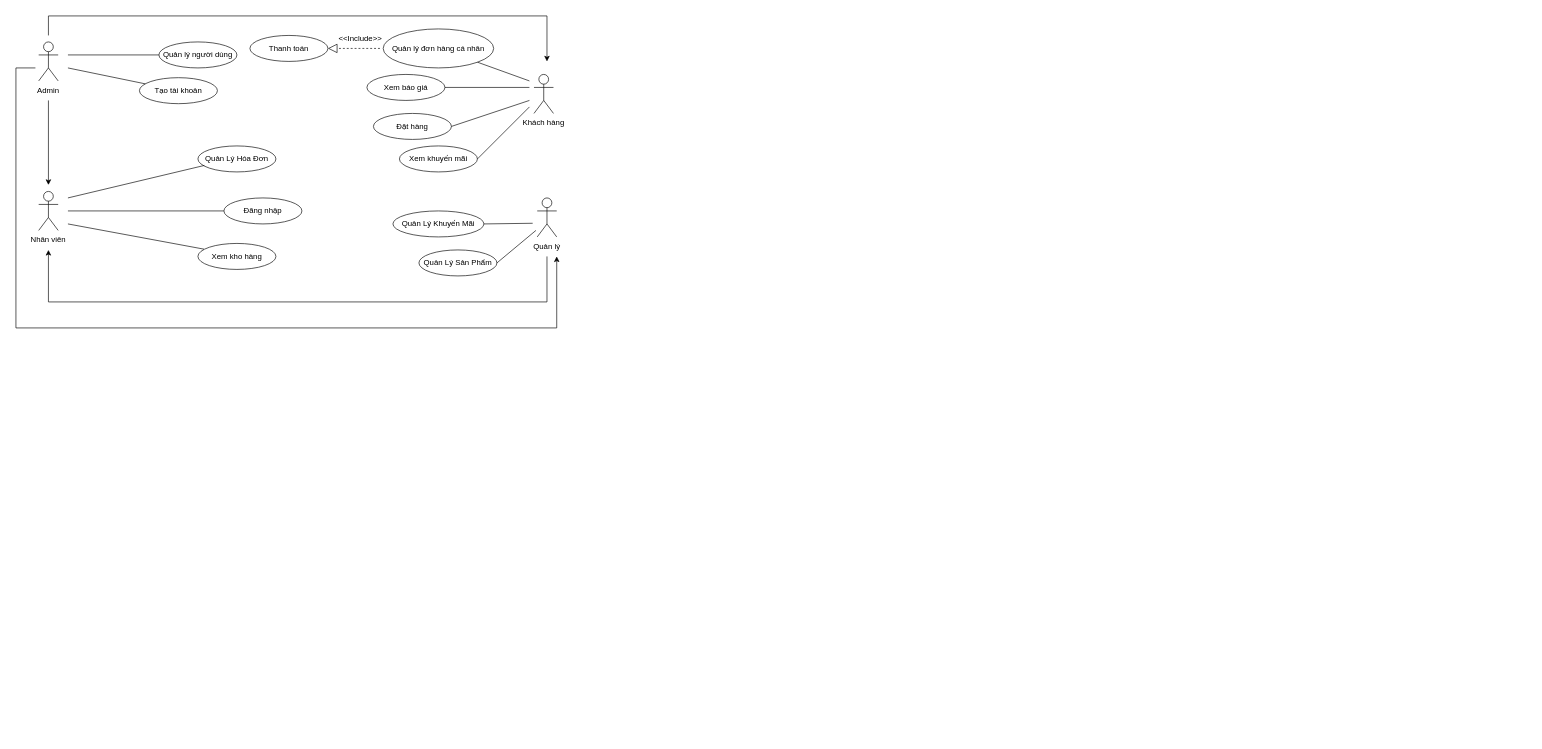
Before: Biểu đồ không có tiêu đề.drawio in ChauCongTu/thiet-ke-linh-tinh, a draw.io diagram. Source tidied: cells renumbered, new cells numbered last; positions are measured from the earlier drawing's top-left corner, leaving out a move shared by most shapes. Both pictures are drawn from the tidied source at 65%, with x=0, y=0 at pixel (16, 16).
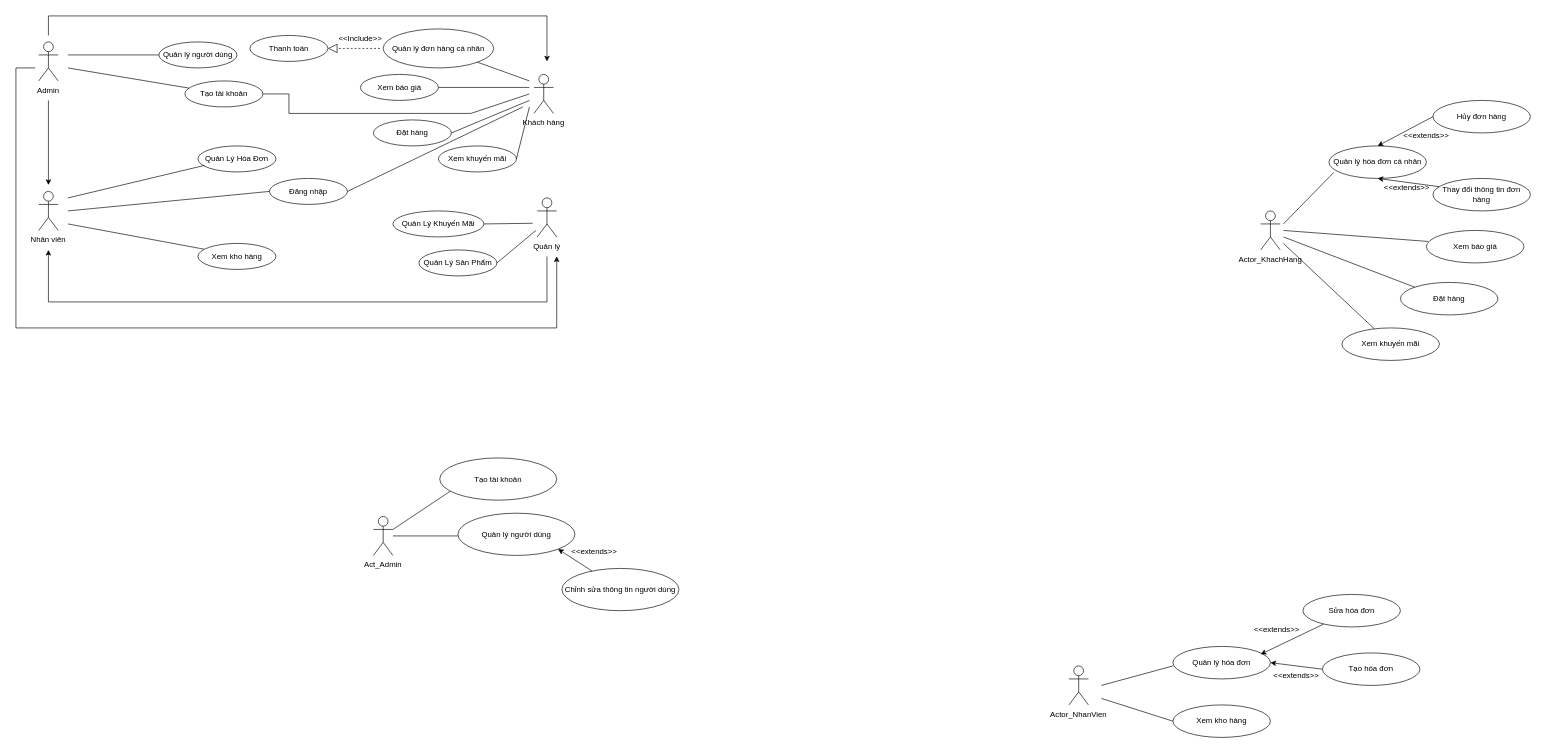
After the change.

Commit message:
Cập nhật Biểu đồ không có tiêu đề.drawio

Diff of the diagram source:
```diff
@@
     <mxCell id="10" value="Đăng nhập" style="ellipse;whiteSpace=wrap;html=1;" parent="1" vertex="1">
-      <mxGeometry x="320" y="280" width="120" height="40" as="geometry" />
+      <mxGeometry x="390" y="250" width="120" height="40" as="geometry" />
     </mxCell>
@@
     <mxCell id="13" value="Tạo tài khoản" style="ellipse;whiteSpace=wrap;html=1;" parent="1" vertex="1">
-      <mxGeometry x="190" y="95" width="120" height="40" as="geometry" />
+      <mxGeometry x="260" y="100" width="120" height="40" as="geometry" />
     </mxCell>
@@
     <mxCell id="18" value="Xem khuyến mãi" style="ellipse;whiteSpace=wrap;html=1;" parent="1" vertex="1">
-      <mxGeometry x="590" y="200" width="120" height="40" as="geometry" />
+      <mxGeometry x="650" y="200" width="120" height="40" as="geometry" />
     </mxCell>
-    <mxCell id="19" style="edgeStyle=orthogonalEdgeStyle;rounded=0;jettySize=auto;html=1;exitX=1;exitY=0.5;exitDx=0;exitDy=0;" parent="1" edge="1" source="20">
-      <mxGeometry relative="1" as="geometry">
-        <mxPoint x="670" y="170" as="targetPoint" />
-      </mxGeometry>
-    </mxCell>
     <mxCell id="20" value="Đặt hàng" style="ellipse;whiteSpace=wrap;html=1;" parent="1" vertex="1">
-      <mxGeometry x="550" y="150" width="120" height="40" as="geometry" />
+      <mxGeometry x="550" y="160" width="120" height="40" as="geometry" />
     </mxCell>
     <mxCell id="21" value="Xem báo giá" style="ellipse;whiteSpace=wrap;html=1;" parent="1" vertex="1">
-      <mxGeometry x="540" y="90" width="120" height="40" as="geometry" />
+      <mxGeometry x="530" y="90" width="120" height="40" as="geometry" />
     </mxCell>
@@
+    <mxCell id="40" style="endArrow=none;html=1;rounded=0;exitX=1;exitY=0.5;exitDx=0;exitDy=0;" parent="1" edge="1" source="10">
+      <mxGeometry relative="1" as="geometry">
+        <mxPoint x="780" y="140" as="targetPoint" />
+      </mxGeometry>
+    </mxCell>
+    <mxCell id="41" style="endArrow=none;html=1;rounded=0;entryX=1;entryY=0.5;entryDx=0;entryDy=0;" parent="1" edge="1" target="13">
+      <mxGeometry relative="1" as="geometry">
+        <mxPoint x="790" y="120" as="sourcePoint" />
+        <Array as="points">
+          <mxPoint x="700" y="150" />
+          <mxPoint x="420" y="150" />
+          <mxPoint x="420" y="120" />
+        </Array>
+      </mxGeometry>
+    </mxCell>
+    <mxCell id="42" value="Actor" style="shape=umlActor;verticalLabelPosition=bottom;verticalAlign=top;html=1;outlineConnect=0;noLabel=1;" parent="1" vertex="1">
+      <mxGeometry x="550" y="770" width="30" height="60" as="geometry" />
+    </mxCell>
+    <mxCell id="43" value="Quản lý người dùng" style="ellipse;whiteSpace=wrap;html=1;" parent="1" vertex="1">
+      <mxGeometry x="680" y="765" width="180" height="65" as="geometry" />
+    </mxCell>
+    <mxCell id="44" style="endArrow=none;html=1;rounded=0;" parent="1" edge="1" source="42">
+      <mxGeometry relative="1" as="geometry">
+        <mxPoint x="680" y="800" as="targetPoint" />
+      </mxGeometry>
+    </mxCell>
+    <mxCell id="45" value="Chỉnh sửa thông tin người dùng" style="ellipse;whiteSpace=wrap;html=1;" parent="1" vertex="1">
+      <mxGeometry x="840" y="850" width="180" height="65" as="geometry" />
+    </mxCell>
+    <mxCell id="46" value="Act_Admin" style="text;html=1;strokeColor=none;fillColor=none;align=center;verticalAlign=middle;whiteSpace=wrap;rounded=0;" parent="1" vertex="1">
+      <mxGeometry x="535" y="830" width="60" height="30" as="geometry" />
+    </mxCell>
+    <mxCell id="47" style="endArrow=none;html=1;rounded=0;exitX=1;exitY=0.3333333333333333;exitDx=0;exitDy=0;exitPerimeter=0;" parent="1" edge="1" source="42">
+      <mxGeometry relative="1" as="geometry">
+        <mxPoint x="670" y="730" as="targetPoint" />
+      </mxGeometry>
+    </mxCell>
+    <mxCell id="48" value="Tạo tài khoản" style="ellipse;whiteSpace=wrap;html=1;" parent="1" vertex="1">
+      <mxGeometry x="652" y="680" width="180" height="65" as="geometry" />
+    </mxCell>
+    <mxCell id="49" value="Actor" style="shape=umlActor;verticalLabelPosition=bottom;verticalAlign=top;html=1;noLabel=1;" parent="1" vertex="1">
+      <mxGeometry x="1620" y="1000" width="30" height="60" as="geometry" />
+    </mxCell>
+    <mxCell id="50" value="Actor_NhanVien" style="text;html=1;strokeColor=none;fillColor=none;align=center;verticalAlign=middle;whiteSpace=wrap;rounded=0;" parent="1" vertex="1">
+      <mxGeometry x="1605" y="1060" width="60" height="30" as="geometry" />
+    </mxCell>
+    <mxCell id="51" value="Quản lý hóa đơn" style="ellipse;whiteSpace=wrap;html=1;" parent="1" vertex="1">
+      <mxGeometry x="1780" y="970" width="150" height="50" as="geometry" />
+    </mxCell>
+    <mxCell id="52" value="Xem kho hàng" style="ellipse;whiteSpace=wrap;html=1;" parent="1" vertex="1">
+      <mxGeometry x="1780" y="1060" width="150" height="50" as="geometry" />
+    </mxCell>
+    <mxCell id="53" style="endArrow=none;html=1;rounded=0;" parent="1" edge="1">
+      <mxGeometry relative="1" as="geometry">
+        <mxPoint x="1670" y="1030" as="sourcePoint" />
+        <mxPoint x="1780" y="1000" as="targetPoint" />
+      </mxGeometry>
+    </mxCell>
+    <mxCell id="54" style="endArrow=none;html=1;rounded=0;entryX=0;entryY=0.5;entryDx=0;entryDy=0;" parent="1" edge="1" target="52">
+      <mxGeometry relative="1" as="geometry">
+        <mxPoint x="1670" y="1050" as="sourcePoint" />
+      </mxGeometry>
+    </mxCell>
+    <mxCell id="55" value="Tạo hóa đơn" style="ellipse;whiteSpace=wrap;html=1;" parent="1" vertex="1">
+      <mxGeometry x="2010" y="980" width="150" height="50" as="geometry" />
+    </mxCell>
+    <mxCell id="56" value="Sửa hóa đơn" style="ellipse;whiteSpace=wrap;html=1;" parent="1" vertex="1">
+      <mxGeometry x="1980" y="890" width="150" height="50" as="geometry" />
+    </mxCell>
+    <mxCell id="57" style="endArrow=classic;html=1;rounded=0;entryX=1;entryY=1;entryDx=0;entryDy=0;" parent="1" edge="1" source="45" target="43">
+      <mxGeometry relative="1" as="geometry" />
+    </mxCell>
+    <mxCell id="58" value="&amp;lt;&amp;lt;extends&amp;gt;&amp;gt;" style="text;html=1;strokeColor=none;fillColor=none;align=center;verticalAlign=middle;whiteSpace=wrap;rounded=0;" parent="1" vertex="1">
+      <mxGeometry x="860" y="810" width="60" height="30" as="geometry" />
+    </mxCell>
+    <mxCell id="59" style="endArrow=classic;html=1;rounded=0;entryX=0.9;entryY=0.241;entryDx=0;entryDy=0;entryPerimeter=0;" parent="1" edge="1" source="56" target="51">
+      <mxGeometry relative="1" as="geometry" />
+    </mxCell>
+    <mxCell id="60" value="&amp;lt;&amp;lt;extends&amp;gt;&amp;gt;" style="text;html=1;strokeColor=none;fillColor=none;align=center;verticalAlign=middle;whiteSpace=wrap;rounded=0;" parent="1" vertex="1">
+      <mxGeometry x="1910" y="930" width="60" height="30" as="geometry" />
+    </mxCell>
+    <mxCell id="61" style="endArrow=classic;html=1;rounded=0;exitX=0;exitY=0.5;exitDx=0;exitDy=0;entryX=1;entryY=0.5;entryDx=0;entryDy=0;" parent="1" edge="1" source="55" target="51">
+      <mxGeometry relative="1" as="geometry" />
+    </mxCell>
+    <mxCell id="62" value="&amp;lt;&amp;lt;extends&amp;gt;&amp;gt;" style="text;html=1;strokeColor=none;fillColor=none;align=center;verticalAlign=middle;whiteSpace=wrap;rounded=0;" parent="1" vertex="1">
+      <mxGeometry x="1940" y="1000" width="60" height="30" as="geometry" />
+    </mxCell>
+    <mxCell id="63" value="Actor" style="shape=umlActor;verticalLabelPosition=bottom;verticalAlign=top;html=1;noLabel=1;" parent="1" vertex="1">
+      <mxGeometry x="1915" y="300" width="30" height="60" as="geometry" />
+    </mxCell>
+    <mxCell id="64" value="Actor_KhachHang" style="text;html=1;strokeColor=none;fillColor=none;align=center;verticalAlign=middle;whiteSpace=wrap;rounded=0;" parent="1" vertex="1">
+      <mxGeometry x="1900" y="360" width="60" height="30" as="geometry" />
+    </mxCell>
+    <mxCell id="65" value="Quản lý hóa đơn cá nhân" style="ellipse;whiteSpace=wrap;html=1;" parent="1" vertex="1">
+      <mxGeometry x="2020" y="200" width="150" height="50" as="geometry" />
+    </mxCell>
+    <mxCell id="66" value="Xem báo giá" style="ellipse;whiteSpace=wrap;html=1;" parent="1" vertex="1">
+      <mxGeometry x="2170" y="330" width="150" height="50" as="geometry" />
+    </mxCell>
+    <mxCell id="67" value="Đặt hàng" style="ellipse;whiteSpace=wrap;html=1;" parent="1" vertex="1">
+      <mxGeometry x="2130" y="410" width="150" height="50" as="geometry" />
+    </mxCell>
+    <mxCell id="68" value="Xem khuyến mãi" style="ellipse;whiteSpace=wrap;html=1;" parent="1" vertex="1">
+      <mxGeometry x="2040" y="480" width="150" height="50" as="geometry" />
+    </mxCell>
+    <mxCell id="69" value="Thay đổi thông tin đơn hàng" style="ellipse;whiteSpace=wrap;html=1;" parent="1" vertex="1">
+      <mxGeometry x="2180" y="250" width="150" height="50" as="geometry" />
+    </mxCell>
+    <mxCell id="70" value="Hủy đơn hàng" style="ellipse;whiteSpace=wrap;html=1;" parent="1" vertex="1">
+      <mxGeometry x="2180" y="130" width="150" height="50" as="geometry" />
+    </mxCell>
+    <mxCell id="71" style="endArrow=classic;html=1;rounded=0;exitX=0.063;exitY=0.254;exitDx=0;exitDy=0;exitPerimeter=0;entryX=0.5;entryY=1;entryDx=0;entryDy=0;" parent="1" edge="1" source="69" target="65">
+      <mxGeometry relative="1" as="geometry" />
+    </mxCell>
+    <mxCell id="72" style="endArrow=classic;html=1;rounded=0;exitX=0;exitY=0.5;exitDx=0;exitDy=0;entryX=0.5;entryY=0;entryDx=0;entryDy=0;" parent="1" edge="1" source="70" target="65">
+      <mxGeometry relative="1" as="geometry" />
+    </mxCell>
+    <mxCell id="73" style="endArrow=none;html=1;rounded=0;entryX=0.051;entryY=0.811;entryDx=0;entryDy=0;entryPerimeter=0;" parent="1" edge="1" target="65">
+      <mxGeometry relative="1" as="geometry">
+        <mxPoint x="1950" y="320" as="sourcePoint" />
+      </mxGeometry>
+    </mxCell>
+    <mxCell id="74" style="endArrow=none;html=1;rounded=0;entryX=0;entryY=0;entryDx=0;entryDy=0;" parent="1" edge="1" target="67">
+      <mxGeometry relative="1" as="geometry">
+        <mxPoint x="1950" y="340" as="sourcePoint" />
+      </mxGeometry>
+    </mxCell>
+    <mxCell id="75" style="endArrow=none;html=1;rounded=0;entryX=0.019;entryY=0.34;entryDx=0;entryDy=0;entryPerimeter=0;" parent="1" edge="1" target="66">
+      <mxGeometry relative="1" as="geometry">
+        <mxPoint x="1950" y="330" as="sourcePoint" />
+      </mxGeometry>
+    </mxCell>
+    <mxCell id="76" style="endArrow=none;html=1;rounded=0;" parent="1" edge="1" source="68">
+      <mxGeometry relative="1" as="geometry">
+        <mxPoint x="1950" y="350" as="targetPoint" />
+      </mxGeometry>
+    </mxCell>
+    <mxCell id="77" value="&amp;lt;&amp;lt;extends&amp;gt;&amp;gt;" style="text;html=1;strokeColor=none;fillColor=none;align=center;verticalAlign=middle;whiteSpace=wrap;rounded=0;" parent="1" vertex="1">
+      <mxGeometry x="2110" y="250" width="60" height="30" as="geometry" />
+    </mxCell>
+    <mxCell id="78" value="&amp;lt;&amp;lt;extends&amp;gt;&amp;gt;" style="text;html=1;strokeColor=none;fillColor=none;align=center;verticalAlign=middle;whiteSpace=wrap;rounded=0;" parent="1" vertex="1">
+      <mxGeometry x="2140" y="170" width="60" height="30" as="geometry" />
+    </mxCell>
```
